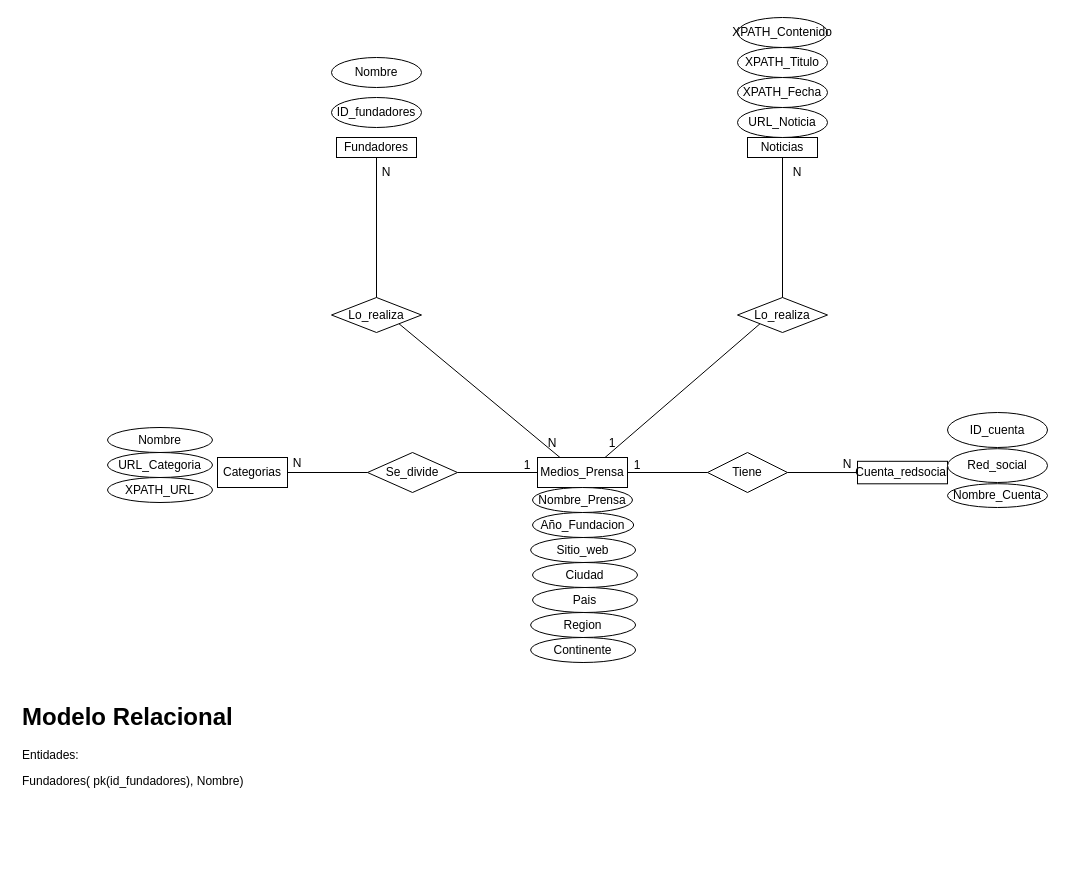
Before: Parte A/Parte _A.drawio in M4Thiassinh/INFO133-Equipo15, a draw.io diagram. Source tidied: cells renumbered, new cells numbered last; positions are measured from the earlier drawing's top-left corner, leaving out a move shared by most shapes. Both pictures are drawn from the tidied source at 100%, with x=0, y=0 at pixel (17, 17).
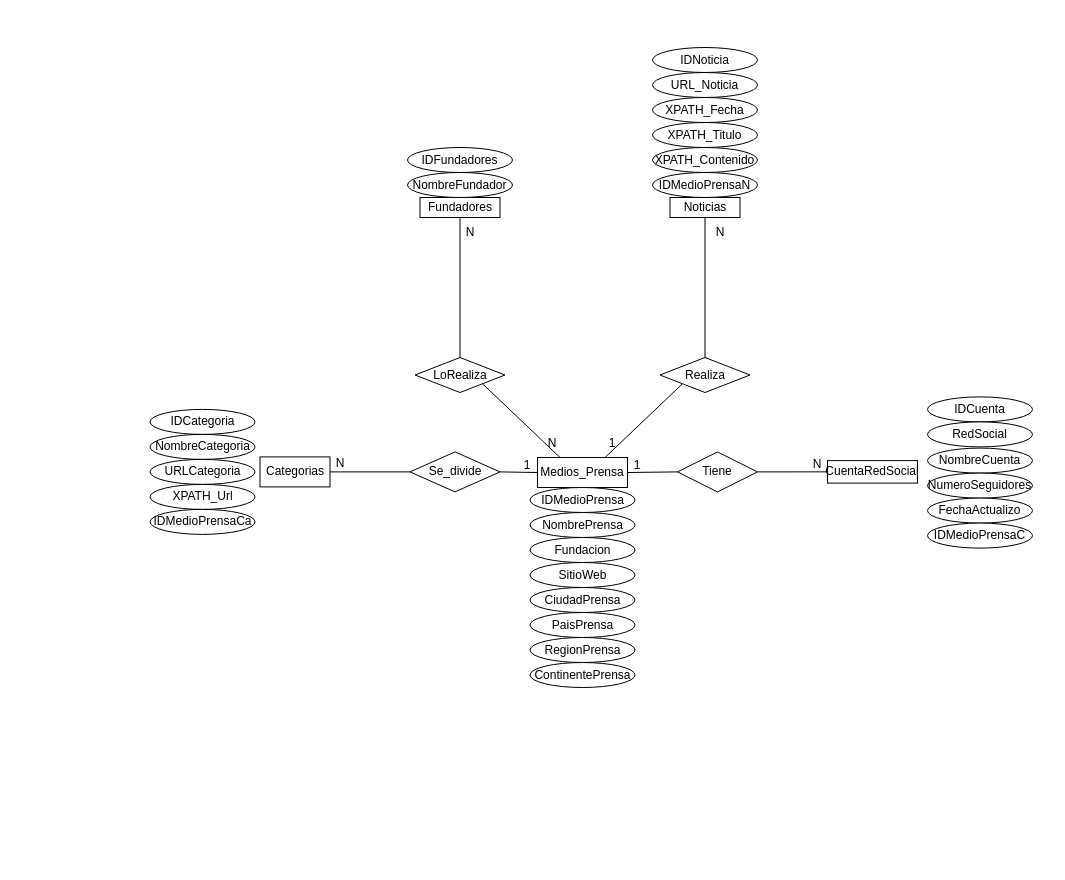
Above is the later version.

Change to the diagram source:
```diff
@@
     <mxCell id="3" value="Categorias" style="whiteSpace=wrap;html=1;align=center;" parent="1" vertex="1">
-      <mxGeometry x="200" y="440" width="70" height="30" as="geometry" />
+      <mxGeometry x="242.5" y="439.4" width="70" height="30" as="geometry" />
     </mxCell>
-    <mxCell id="4" value="Año_Fundacion" style="ellipse;whiteSpace=wrap;html=1;" parent="1" vertex="1">
-      <mxGeometry x="515" y="495" width="101.2" height="25" as="geometry" />
-    </mxCell>
     <mxCell id="5" value="Fundadores" style="whiteSpace=wrap;html=1;align=center;" parent="1" vertex="1">
-      <mxGeometry x="319" y="120" width="80" height="20" as="geometry" />
+      <mxGeometry x="402.5" y="180" width="80" height="20" as="geometry" />
     </mxCell>
-    <mxCell id="6" value="Nombre" style="ellipse;whiteSpace=wrap;html=1;" parent="1" vertex="1">
-      <mxGeometry x="314" y="40" width="90" height="30" as="geometry" />
-    </mxCell>
-    <mxCell id="7" value="Nombre_Prensa" style="ellipse;whiteSpace=wrap;html=1;" parent="1" vertex="1">
-      <mxGeometry x="515" y="470" width="100" height="25" as="geometry" />
-    </mxCell>
-    <mxCell id="8" value="Lo_realiza" style="shape=rhombus;perimeter=rhombusPerimeter;whiteSpace=wrap;html=1;align=center;" parent="1" vertex="1">
-      <mxGeometry x="314" y="280" width="90" height="35" as="geometry" />
+    <mxCell id="8" value="LoRealiza" style="shape=rhombus;perimeter=rhombusPerimeter;whiteSpace=wrap;html=1;align=center;" parent="1" vertex="1">
+      <mxGeometry x="397.5" y="340" width="90" height="35" as="geometry" />
     </mxCell>
@@
     <mxCell id="11" value="N" style="text;html=1;strokeColor=none;fillColor=none;align=center;verticalAlign=middle;whiteSpace=wrap;rounded=0;" parent="1" vertex="1">
-      <mxGeometry x="359" y="150" width="20" height="10" as="geometry" />
+      <mxGeometry x="442.5" y="210" width="20" height="10" as="geometry" />
     </mxCell>
@@
-    <mxCell id="13" value="Cuenta_redsocial" style="whiteSpace=wrap;html=1;align=center;" parent="1" vertex="1">
-      <mxGeometry x="840" y="443.8" width="90" height="22.5" as="geometry" />
+    <mxCell id="13" value="CuentaRedSocial" style="whiteSpace=wrap;html=1;align=center;" parent="1" vertex="1">
+      <mxGeometry x="810" y="443.1" width="90" height="22.5" as="geometry" />
     </mxCell>
-    <mxCell id="14" value="Sitio_web" style="ellipse;whiteSpace=wrap;html=1;align=center;" parent="1" vertex="1">
-      <mxGeometry x="513.1" y="520" width="105" height="25" as="geometry" />
-    </mxCell>
-    <mxCell id="15" value="ID_cuenta" style="ellipse;whiteSpace=wrap;html=1;align=center;" parent="1" vertex="1">
-      <mxGeometry x="930" y="395" width="100" height="35" as="geometry" />
-    </mxCell>
-    <mxCell id="16" value="Red_social" style="ellipse;whiteSpace=wrap;html=1;align=center;" parent="1" vertex="1">
-      <mxGeometry x="930" y="431.2" width="100" height="33.8" as="geometry" />
-    </mxCell>
-    <mxCell id="17" value="Nombre_Cuenta" style="ellipse;whiteSpace=wrap;html=1;align=center;" parent="1" vertex="1">
-      <mxGeometry x="930" y="466.2" width="100" height="23.8" as="geometry" />
-    </mxCell>
     <mxCell id="18" value="Tiene" style="shape=rhombus;perimeter=rhombusPerimeter;whiteSpace=wrap;html=1;align=center;" parent="1" vertex="1">
-      <mxGeometry x="690" y="435" width="80" height="40" as="geometry" />
+      <mxGeometry x="660" y="434.4" width="80" height="40" as="geometry" />
     </mxCell>
@@
     <mxCell id="21" value="Se_divide" style="shape=rhombus;perimeter=rhombusPerimeter;whiteSpace=wrap;html=1;align=center;" parent="1" vertex="1">
-      <mxGeometry x="350" y="435" width="90" height="40" as="geometry" />
+      <mxGeometry x="392.5" y="434.4" width="90" height="40" as="geometry" />
     </mxCell>
@@
     <mxCell id="25" value="N" style="text;html=1;strokeColor=none;fillColor=none;align=center;verticalAlign=middle;whiteSpace=wrap;rounded=0;" parent="1" vertex="1">
-      <mxGeometry x="820" y="441.2" width="20" height="12.5" as="geometry" />
+      <mxGeometry x="790" y="440.6" width="20" height="12.5" as="geometry" />
     </mxCell>
-    <mxCell id="26" value="Ciudad" style="ellipse;whiteSpace=wrap;html=1;align=center;" parent="1" vertex="1">
-      <mxGeometry x="515" y="545" width="105" height="25" as="geometry" />
-    </mxCell>
-    <mxCell id="27" value="Pais" style="ellipse;whiteSpace=wrap;html=1;align=center;" parent="1" vertex="1">
-      <mxGeometry x="515" y="570" width="105" height="25" as="geometry" />
-    </mxCell>
-    <mxCell id="28" value="Region" style="ellipse;whiteSpace=wrap;html=1;align=center;" parent="1" vertex="1">
-      <mxGeometry x="513.1" y="595" width="105" height="25" as="geometry" />
-    </mxCell>
-    <mxCell id="29" value="Continente" style="ellipse;whiteSpace=wrap;html=1;align=center;" parent="1" vertex="1">
-      <mxGeometry x="513.1" y="620" width="105" height="25" as="geometry" />
-    </mxCell>
-    <mxCell id="30" value="Nombre" style="ellipse;whiteSpace=wrap;html=1;align=center;" parent="1" vertex="1">
-      <mxGeometry x="90" y="410" width="105" height="25" as="geometry" />
-    </mxCell>
-    <mxCell id="31" value="URL_Categoria" style="ellipse;whiteSpace=wrap;html=1;align=center;" parent="1" vertex="1">
-      <mxGeometry x="90" y="435" width="105" height="25" as="geometry" />
-    </mxCell>
@@
     <mxCell id="33" value="N" style="text;html=1;strokeColor=none;fillColor=none;align=center;verticalAlign=middle;whiteSpace=wrap;rounded=0;" parent="1" vertex="1">
-      <mxGeometry x="270" y="438.8" width="20" height="15" as="geometry" />
+      <mxGeometry x="312.5" y="438.1" width="20" height="15" as="geometry" />
     </mxCell>
     <mxCell id="34" value="Noticias" style="whiteSpace=wrap;html=1;align=center;" parent="1" vertex="1">
-      <mxGeometry x="730" y="120" width="70" height="20" as="geometry" />
+      <mxGeometry x="652.5" y="180" width="70" height="20" as="geometry" />
     </mxCell>
@@
-    <mxCell id="36" value="Lo_realiza" style="shape=rhombus;perimeter=rhombusPerimeter;whiteSpace=wrap;html=1;align=center;" parent="1" vertex="1">
-      <mxGeometry x="720" y="280" width="90" height="35" as="geometry" />
+    <mxCell id="36" value="Realiza" style="shape=rhombus;perimeter=rhombusPerimeter;whiteSpace=wrap;html=1;align=center;" parent="1" vertex="1">
+      <mxGeometry x="642.5" y="340" width="90" height="35" as="geometry" />
     </mxCell>
@@
-    <mxCell id="38" value="XPATH_URL" style="ellipse;whiteSpace=wrap;html=1;align=center;" parent="1" vertex="1">
-      <mxGeometry x="90" y="460" width="105" height="25" as="geometry" />
-    </mxCell>
+    <mxCell id="43" value="1" style="text;html=1;strokeColor=none;fillColor=none;align=center;verticalAlign=middle;whiteSpace=wrap;rounded=0;" parent="1" vertex="1">
+      <mxGeometry x="585" y="421.2" width="20" height="10" as="geometry" />
+    </mxCell>
+    <mxCell id="44" value="N" style="text;html=1;strokeColor=none;fillColor=none;align=center;verticalAlign=middle;whiteSpace=wrap;rounded=0;" parent="1" vertex="1">
+      <mxGeometry x="692.5" y="210" width="20" height="10" as="geometry" />
+    </mxCell>
+    <mxCell id="47" value="IDMedioPrensa" style="ellipse;whiteSpace=wrap;html=1;align=center;" parent="1" vertex="1">
+      <mxGeometry x="512.5" y="470" width="105" height="25" as="geometry" />
+    </mxCell>
+    <mxCell id="48" value="NombrePrensa" style="ellipse;whiteSpace=wrap;html=1;align=center;" parent="1" vertex="1">
+      <mxGeometry x="512.5" y="495" width="105" height="25" as="geometry" />
+    </mxCell>
+    <mxCell id="49" value="Fundacion" style="ellipse;whiteSpace=wrap;html=1;align=center;" parent="1" vertex="1">
+      <mxGeometry x="512.5" y="520" width="105" height="25" as="geometry" />
+    </mxCell>
+    <mxCell id="50" value="SitioWeb" style="ellipse;whiteSpace=wrap;html=1;align=center;" parent="1" vertex="1">
+      <mxGeometry x="512.5" y="545" width="105" height="25" as="geometry" />
+    </mxCell>
+    <mxCell id="51" value="CiudadPrensa" style="ellipse;whiteSpace=wrap;html=1;align=center;" parent="1" vertex="1">
+      <mxGeometry x="512.5" y="570" width="105" height="25" as="geometry" />
+    </mxCell>
+    <mxCell id="52" value="PaisPrensa" style="ellipse;whiteSpace=wrap;html=1;align=center;" parent="1" vertex="1">
+      <mxGeometry x="512.5" y="595" width="105" height="25" as="geometry" />
+    </mxCell>
+    <mxCell id="53" value="RegionPrensa" style="ellipse;whiteSpace=wrap;html=1;align=center;" parent="1" vertex="1">
+      <mxGeometry x="512.5" y="620" width="105" height="25" as="geometry" />
+    </mxCell>
+    <mxCell id="54" value="ContinentePrensa" style="ellipse;whiteSpace=wrap;html=1;align=center;" parent="1" vertex="1">
+      <mxGeometry x="512.5" y="645" width="105" height="25" as="geometry" />
+    </mxCell>
+    <mxCell id="55" value="IDCategoria" style="ellipse;whiteSpace=wrap;html=1;align=center;" parent="1" vertex="1">
+      <mxGeometry x="132.5" y="391.9" width="105" height="25" as="geometry" />
+    </mxCell>
+    <mxCell id="56" value="NombreCategoria" style="ellipse;whiteSpace=wrap;html=1;align=center;" parent="1" vertex="1">
+      <mxGeometry x="132.5" y="416.9" width="105" height="25" as="geometry" />
+    </mxCell>
+    <mxCell id="57" value="URLCategoria" style="ellipse;whiteSpace=wrap;html=1;align=center;" parent="1" vertex="1">
+      <mxGeometry x="132.5" y="441.9" width="105" height="25" as="geometry" />
+    </mxCell>
+    <mxCell id="58" value="XPATH_Url" style="ellipse;whiteSpace=wrap;html=1;align=center;" parent="1" vertex="1">
+      <mxGeometry x="132.5" y="466.9" width="105" height="25" as="geometry" />
+    </mxCell>
+    <mxCell id="59" value="IDMedioPrensaCa" style="ellipse;whiteSpace=wrap;html=1;align=center;" parent="1" vertex="1">
+      <mxGeometry x="132.5" y="491.9" width="105" height="25" as="geometry" />
+    </mxCell>
+    <mxCell id="60" value="IDFundadores" style="ellipse;whiteSpace=wrap;html=1;align=center;" parent="1" vertex="1">
+      <mxGeometry x="390" y="130" width="105" height="25" as="geometry" />
+    </mxCell>
+    <mxCell id="61" value="NombreFundador" style="ellipse;whiteSpace=wrap;html=1;align=center;" parent="1" vertex="1">
+      <mxGeometry x="390" y="155" width="105" height="25" as="geometry" />
+    </mxCell>
+    <mxCell id="62" value="IDNoticia" style="ellipse;whiteSpace=wrap;html=1;align=center;" parent="1" vertex="1">
+      <mxGeometry x="635" y="30" width="105" height="25" as="geometry" />
+    </mxCell>
-    <mxCell id="39" value="URL_Noticia" style="ellipse;whiteSpace=wrap;html=1;" parent="1" vertex="1">
-      <mxGeometry x="720" y="90" width="90" height="30" as="geometry" />
+    <mxCell id="39" value="URL_Noticia" style="ellipse;whiteSpace=wrap;html=1;align=center;" parent="1" vertex="1">
+      <mxGeometry x="635" y="55" width="105" height="25" as="geometry" />
     </mxCell>
-    <mxCell id="40" value="XPATH_Fecha" style="ellipse;whiteSpace=wrap;html=1;" parent="1" vertex="1">
-      <mxGeometry x="720" y="60" width="90" height="30" as="geometry" />
+    <mxCell id="40" value="XPATH_Fecha" style="ellipse;whiteSpace=wrap;html=1;align=center;" parent="1" vertex="1">
+      <mxGeometry x="635" y="80" width="105" height="25" as="geometry" />
     </mxCell>
-    <mxCell id="41" value="XPATH_Titulo" style="ellipse;whiteSpace=wrap;html=1;" parent="1" vertex="1">
-      <mxGeometry x="720" y="30" width="90" height="30" as="geometry" />
+    <mxCell id="41" value="XPATH_Titulo" style="ellipse;whiteSpace=wrap;html=1;align=center;" parent="1" vertex="1">
+      <mxGeometry x="635" y="105" width="105" height="25" as="geometry" />
     </mxCell>
-    <mxCell id="42" value="XPATH_Contenido" style="ellipse;whiteSpace=wrap;html=1;" parent="1" vertex="1">
-      <mxGeometry x="720" width="90" height="30" as="geometry" />
+    <mxCell id="42" value="XPATH_Contenido" style="ellipse;whiteSpace=wrap;html=1;align=center;" parent="1" vertex="1">
+      <mxGeometry x="635" y="130" width="105" height="25" as="geometry" />
     </mxCell>
-    <mxCell id="43" value="1" style="text;html=1;strokeColor=none;fillColor=none;align=center;verticalAlign=middle;whiteSpace=wrap;rounded=0;" parent="1" vertex="1">
-      <mxGeometry x="585" y="421.2" width="20" height="10" as="geometry" />
-    </mxCell>
-    <mxCell id="44" value="N" style="text;html=1;strokeColor=none;fillColor=none;align=center;verticalAlign=middle;whiteSpace=wrap;rounded=0;" parent="1" vertex="1">
-      <mxGeometry x="770" y="150" width="20" height="10" as="geometry" />
-    </mxCell>
-    <mxCell id="45" value="&lt;h1&gt;Modelo Relacional&lt;/h1&gt;&lt;div&gt;Entidades:&lt;/div&gt;&lt;p&gt;Fundadores( pk(id_fundadores), Nombre)&lt;/p&gt;" style="text;html=1;strokeColor=none;fillColor=none;spacing=5;spacingTop=-20;whiteSpace=wrap;overflow=hidden;rounded=0;" parent="1" vertex="1">
-      <mxGeometry y="680" width="572.5" height="165" as="geometry" />
-    </mxCell>
-    <mxCell id="46" value="ID_fundadores" style="ellipse;whiteSpace=wrap;html=1;" parent="1" vertex="1">
-      <mxGeometry x="314" y="80" width="90" height="30" as="geometry" />
-    </mxCell>
+    <mxCell id="63" value="IDMedioPrensaN" style="ellipse;whiteSpace=wrap;html=1;align=center;" parent="1" vertex="1">
+      <mxGeometry x="635" y="155" width="105" height="25" as="geometry" />
+    </mxCell>
+    <mxCell id="64" value="IDCuenta" style="ellipse;whiteSpace=wrap;html=1;align=center;" parent="1" vertex="1">
+      <mxGeometry x="910" y="379.4" width="105" height="25" as="geometry" />
+    </mxCell>
+    <mxCell id="65" value="RedSocial" style="ellipse;whiteSpace=wrap;html=1;align=center;" parent="1" vertex="1">
+      <mxGeometry x="910" y="404.4" width="105" height="25" as="geometry" />
+    </mxCell>
+    <mxCell id="66" value="NombreCuenta" style="ellipse;whiteSpace=wrap;html=1;align=center;" parent="1" vertex="1">
+      <mxGeometry x="910" y="430.6" width="105" height="25" as="geometry" />
+    </mxCell>
+    <mxCell id="67" value="NumeroSeguidores" style="ellipse;whiteSpace=wrap;html=1;align=center;" parent="1" vertex="1">
+      <mxGeometry x="910" y="455.6" width="105" height="25" as="geometry" />
+    </mxCell>
+    <mxCell id="68" value="FechaActualizo" style="ellipse;whiteSpace=wrap;html=1;align=center;" parent="1" vertex="1">
+      <mxGeometry x="910" y="480.6" width="105" height="25" as="geometry" />
+    </mxCell>
+    <mxCell id="69" value="IDMedioPrensaC" style="ellipse;whiteSpace=wrap;html=1;align=center;" parent="1" vertex="1">
+      <mxGeometry x="910" y="505.6" width="105" height="25" as="geometry" />
+    </mxCell>
```
